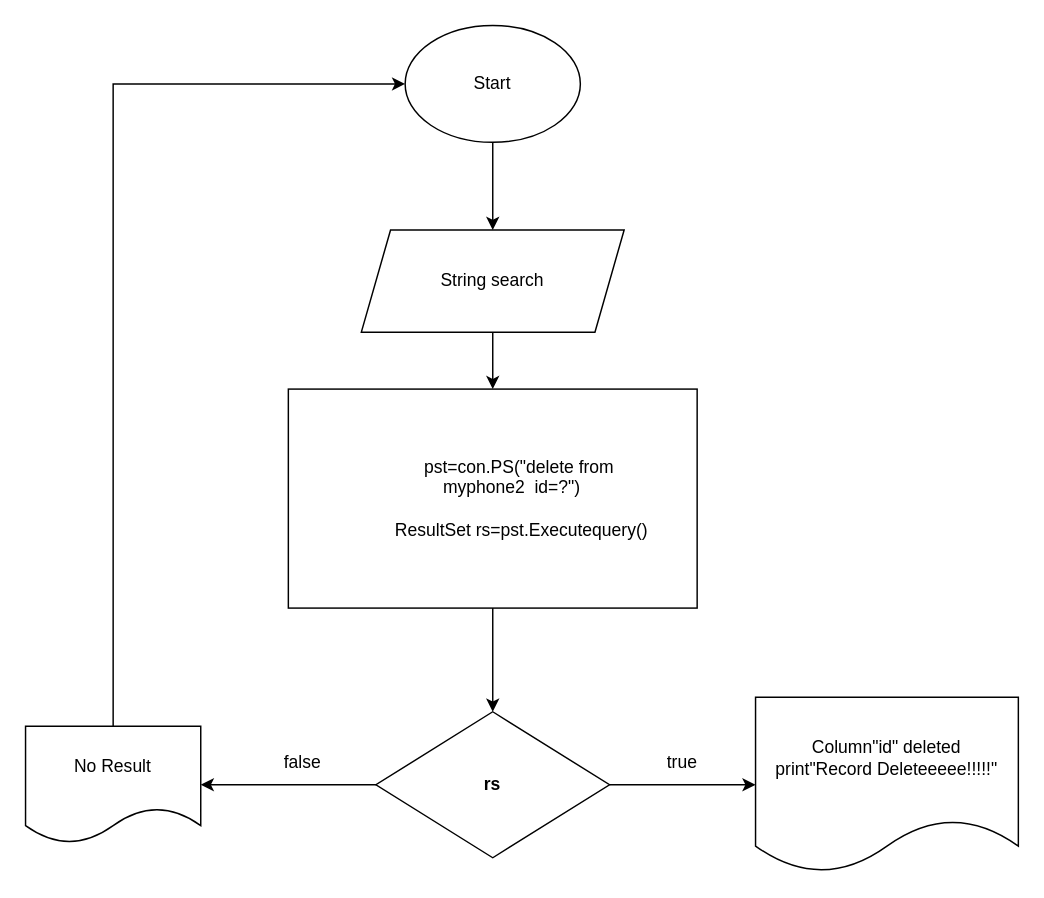
khanh8603/khanh8603 keeps this draw.io diagram as delete.drawio. Above is the earlier version. Source tidied: cells renumbered, new cells numbered last; positions are measured from the earlier drawing's top-left corner, leaving out a move shared by most shapes. Both pictures are drawn from the tidied source at 146%, with x=0, y=0 at pixel (25, 25).
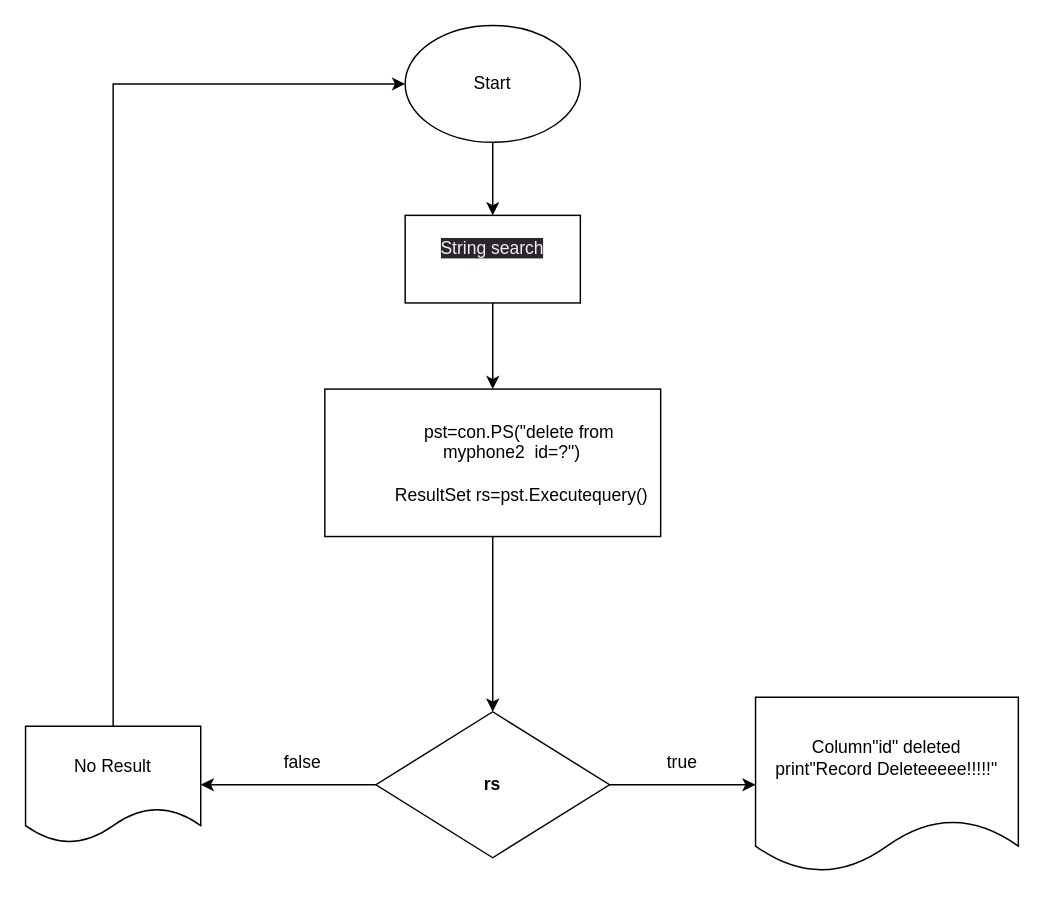
The same page after the edit.

Commit message:
Cập nhật delete.drawio

What changed in the source:
```diff
@@
 <mxGraphModel>
   <root>
     <mxCell id="0" />
     <mxCell id="1" parent="0" />
-    <mxCell id="2" style="edgeStyle=orthogonalEdgeStyle;rounded=0;jettySize=auto;html=1;" parent="1" edge="1" source="3" target="5">
+    <mxCell id="2" style="edgeStyle=orthogonalEdgeStyle;rounded=0;jettySize=auto;html=1;entryX=0.5;entryY=0;entryDx=0;entryDy=0;" parent="1" edge="1" source="3" target="5">
       <mxGeometry relative="1" as="geometry" />
     </mxCell>
     <mxCell id="3" value="Start" style="ellipse;whiteSpace=wrap;html=1;" parent="1" vertex="1">
       <mxGeometry x="260" width="120" height="80" as="geometry" />
     </mxCell>
-    <mxCell id="4" style="edgeStyle=orthogonalEdgeStyle;rounded=0;jettySize=auto;html=1;" parent="1" edge="1" source="5" target="7">
+    <mxCell id="4" style="edgeStyle=orthogonalEdgeStyle;rounded=0;jettySize=auto;html=1;exitX=0.5;exitY=1;exitDx=0;exitDy=0;" parent="1" edge="1" source="5" target="7">
       <mxGeometry relative="1" as="geometry" />
     </mxCell>
-    <mxCell id="5" value="String search" style="shape=parallelogram;perimeter=parallelogramPerimeter;whiteSpace=wrap;html=1;fixedSize=1;" parent="1" vertex="1">
-      <mxGeometry x="230" y="140" width="180" height="70" as="geometry" />
-    </mxCell>
     <mxCell id="6" style="edgeStyle=orthogonalEdgeStyle;rounded=0;jettySize=auto;html=1;" parent="1" edge="1" source="7" target="10">
       <mxGeometry relative="1" as="geometry" />
     </mxCell>
     <mxCell id="7" value="&lt;span style=&quot;text-align: left;&quot;&gt;&amp;nbsp; &amp;nbsp; &amp;nbsp; &amp;nbsp; &amp;nbsp; &amp;nbsp;pst=con.PS(&quot;delete from&lt;/span&gt;&lt;br style=&quot;text-align: left;&quot;&gt;&lt;span style=&quot;text-align: left;&quot;&gt;&amp;nbsp; &amp;nbsp; &amp;nbsp; &amp;nbsp; myphone2&amp;nbsp; id=?&quot;)&lt;/span&gt;&lt;br style=&quot;text-align: left;&quot;&gt;&lt;span style=&quot;text-align: left;&quot;&gt;&amp;nbsp; &amp;nbsp; &amp;nbsp; &amp;nbsp; &amp;nbsp;&amp;nbsp;&lt;/span&gt;&lt;br style=&quot;text-align: left;&quot;&gt;&lt;span style=&quot;text-align: left;&quot;&gt;&amp;nbsp; &amp;nbsp; &amp;nbsp; &amp;nbsp; &amp;nbsp; &amp;nbsp; ResultSet rs=pst.Executequery()&lt;/span&gt;" style="rounded=0;whiteSpace=wrap;html=1;" parent="1" vertex="1">
-      <mxGeometry x="180" y="249" width="280" height="150" as="geometry" />
+      <mxGeometry x="205" y="249" width="230" height="101" as="geometry" />
     </mxCell>
     <mxCell id="8" style="edgeStyle=orthogonalEdgeStyle;rounded=0;jettySize=auto;html=1;" parent="1" edge="1" source="10" target="12">
       <mxGeometry relative="1" as="geometry" />
     </mxCell>
     <mxCell id="9" style="edgeStyle=orthogonalEdgeStyle;rounded=0;jettySize=auto;html=1;" parent="1" edge="1" source="10" target="11">
       <mxGeometry relative="1" as="geometry" />
     </mxCell>
     <mxCell id="10" value="&lt;b&gt;rs&lt;/b&gt;" style="rhombus;whiteSpace=wrap;html=1;" parent="1" vertex="1">
       <mxGeometry x="240" y="470" width="160" height="100" as="geometry" />
     </mxCell>
     <mxCell id="11" value="Column&quot;id&quot; deleted&lt;br&gt;print&quot;Record Deleteeeee!!!!!&quot;" style="shape=document;whiteSpace=wrap;html=1;boundedLbl=1;" parent="1" vertex="1">
       <mxGeometry x="500" y="460" width="180" height="120" as="geometry" />
     </mxCell>
     <mxCell id="12" value="No Result" style="shape=document;whiteSpace=wrap;html=1;boundedLbl=1;" parent="1" vertex="1">
       <mxGeometry y="480" width="120" height="80" as="geometry" />
     </mxCell>
     <mxCell id="13" value="true" style="text;html=1;strokeColor=none;fillColor=none;align=center;verticalAlign=middle;whiteSpace=wrap;rounded=0;" parent="1" vertex="1">
       <mxGeometry x="420" y="490" width="60" height="30" as="geometry" />
     </mxCell>
     <mxCell id="14" value="false" style="text;html=1;strokeColor=none;fillColor=none;align=center;verticalAlign=middle;whiteSpace=wrap;rounded=0;" parent="1" vertex="1">
       <mxGeometry x="160" y="490" width="60" height="30" as="geometry" />
     </mxCell>
     <mxCell id="15" style="endArrow=classic;html=1;rounded=0;exitX=0.5;exitY=0;exitDx=0;exitDy=0;entryX=0;entryY=0.5;entryDx=0;entryDy=0;" parent="1" edge="1" source="12" target="3">
       <mxGeometry relative="1" as="geometry">
         <Array as="points">
           <mxPoint x="60" y="40" />
         </Array>
       </mxGeometry>
     </mxCell>
+    <mxCell id="5" value="&#10;&lt;span style=&quot;color: rgb(240, 240, 240); font-family: Helvetica; font-size: 12px; font-style: normal; font-variant-ligatures: normal; font-variant-caps: normal; font-weight: 400; letter-spacing: normal; orphans: 2; text-align: center; text-indent: 0px; text-transform: none; widows: 2; word-spacing: 0px; -webkit-text-stroke-width: 0px; background-color: rgb(42, 37, 47); text-decoration-thickness: initial; text-decoration-style: initial; text-decoration-color: initial; float: none; display: inline !important;&quot;&gt;String search&lt;/span&gt;&#10;&#10;" style="rounded=0;whiteSpace=wrap;html=1;" parent="1" vertex="1">
+      <mxGeometry x="260" y="130" width="120" height="60" as="geometry" />
+    </mxCell>
   </root>
 </mxGraphModel>
```
